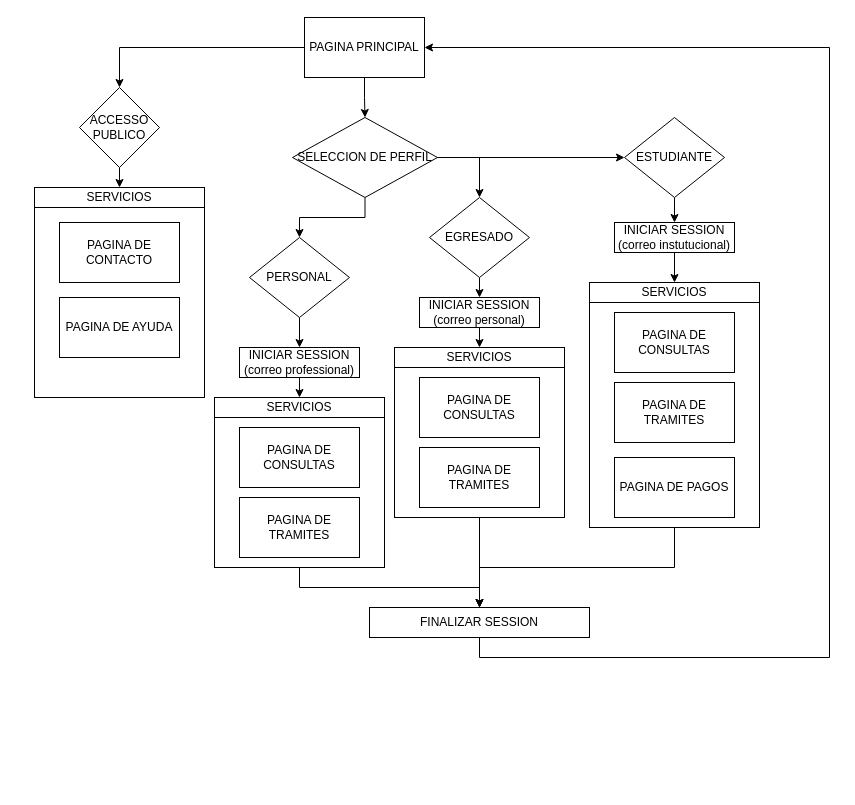
Earlier version of the draw.io diagram diagrama_flujo.drawio (F4JOV/uady-sig-dgjn). Source tidied: cells renumbered, new cells numbered last; positions are measured from the earlier drawing's top-left corner, leaving out a move shared by most shapes. Both pictures are drawn from the tidied source at 100%, with x=0, y=0 at pixel (34, 17).
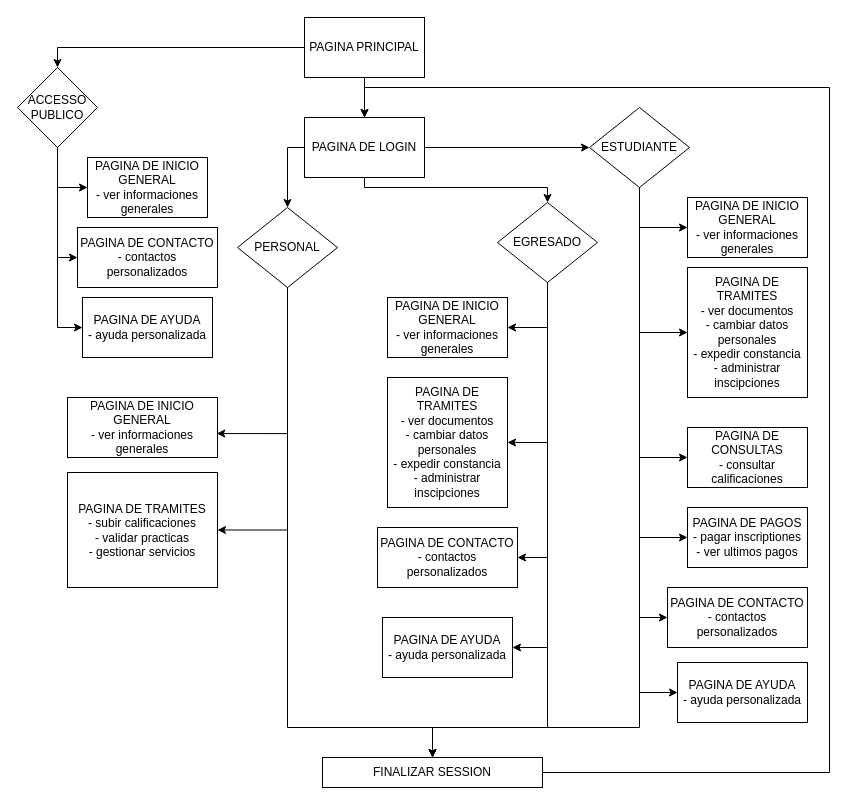
Above is the later version.

Commit message:
Mettre à jour diagrama_flujo.drawio

The change refers to these unchanged cells:
```xml
<mxCell id="4" value="PAGINA PRINCIPAL" style="rounded=0;whiteSpace=wrap;html=1;" parent="1" vertex="1">
  <mxGeometry x="270" width="120" height="60" as="geometry" />
</mxCell>
```

Diff of the diagram source:
```diff
@@
-    <mxCell id="3" style="edgeStyle=orthogonalEdgeStyle;rounded=0;jettySize=auto;html=1;" parent="1" edge="1" source="4" target="11">
+    <mxCell id="3" style="edgeStyle=orthogonalEdgeStyle;rounded=0;jettySize=auto;html=1;entryX=0.5;entryY=0;entryDx=0;entryDy=0;" parent="1" edge="1" source="4" target="45">
       <mxGeometry relative="1" as="geometry" />
     </mxCell>
@@
-    <mxCell id="5" style="rounded=0;html=1;align=center;whiteSpace=wrap;labelPosition=center;verticalLabelPosition=middle;verticalAlign=middle;" parent="1" vertex="1">
-      <mxGeometry y="170" width="170" height="210" as="geometry" />
-    </mxCell>
-    <mxCell id="6" style="edgeStyle=orthogonalEdgeStyle;rounded=0;jettySize=auto;html=1;exitX=0.5;exitY=1;exitDx=0;exitDy=0;entryX=0.5;entryY=0;entryDx=0;entryDy=0;" parent="1" edge="1" source="7" target="5">
+    <mxCell id="6" style="edgeStyle=orthogonalEdgeStyle;rounded=0;jettySize=auto;html=1;exitX=0.5;exitY=1;exitDx=0;exitDy=0;entryX=0;entryY=0.5;entryDx=0;entryDy=0;" parent="1" edge="1" source="7" target="57">
       <mxGeometry relative="1" as="geometry" />
     </mxCell>
     <mxCell id="7" value="ACCESSO PUBLICO" style="rhombus;whiteSpace=wrap;html=1;" parent="1" vertex="1">
-      <mxGeometry x="45" y="70" width="80" height="80" as="geometry" />
+      <mxGeometry x="-17" y="50" width="80" height="80" as="geometry" />
     </mxCell>
-    <mxCell id="8" style="edgeStyle=orthogonalEdgeStyle;rounded=0;jettySize=auto;html=1;exitX=1;exitY=0.5;exitDx=0;exitDy=0;" parent="1" edge="1" source="11" target="13">
+    <mxCell id="8" style="edgeStyle=orthogonalEdgeStyle;rounded=0;jettySize=auto;html=1;exitX=1;exitY=0.5;exitDx=0;exitDy=0;" parent="1" edge="1" source="45" target="13">
       <mxGeometry relative="1" as="geometry" />
     </mxCell>
-    <mxCell id="9" style="edgeStyle=orthogonalEdgeStyle;rounded=0;jettySize=auto;html=1;entryX=0.5;entryY=0;entryDx=0;entryDy=0;exitX=1;exitY=0.5;exitDx=0;exitDy=0;" parent="1" edge="1" source="11" target="15">
-      <mxGeometry relative="1" as="geometry" />
+    <mxCell id="9" style="edgeStyle=orthogonalEdgeStyle;rounded=0;jettySize=auto;html=1;entryX=0.5;entryY=0;entryDx=0;entryDy=0;exitX=0.5;exitY=1;exitDx=0;exitDy=0;" parent="1" edge="1" source="45" target="15">
+      <mxGeometry relative="1" as="geometry">
+        <Array as="points">
+          <mxPoint x="330" y="170" />
+          <mxPoint x="513" y="170" />
+        </Array>
+      </mxGeometry>
     </mxCell>
-    <mxCell id="10" style="edgeStyle=orthogonalEdgeStyle;rounded=0;jettySize=auto;html=1;exitX=0.5;exitY=1;exitDx=0;exitDy=0;entryX=0.5;entryY=0;entryDx=0;entryDy=0;" parent="1" edge="1" source="11" target="17">
-      <mxGeometry relative="1" as="geometry" />
+    <mxCell id="10" style="edgeStyle=orthogonalEdgeStyle;rounded=0;jettySize=auto;html=1;exitX=0;exitY=0.5;exitDx=0;exitDy=0;entryX=0.5;entryY=0;entryDx=0;entryDy=0;" parent="1" edge="1" source="45" target="17">
+      <mxGeometry relative="1" as="geometry">
+        <Array as="points">
+          <mxPoint x="253" y="130" />
+        </Array>
+      </mxGeometry>
     </mxCell>
-    <mxCell id="11" value="SELECCION DE PERFIL" style="rhombus;whiteSpace=wrap;html=1;" parent="1" vertex="1">
-      <mxGeometry x="258" y="100" width="145" height="80" as="geometry" />
-    </mxCell>
-    <mxCell id="12" style="edgeStyle=orthogonalEdgeStyle;rounded=0;jettySize=auto;html=1;exitX=0.5;exitY=1;exitDx=0;exitDy=0;entryX=0.5;entryY=0;entryDx=0;entryDy=0;" parent="1" edge="1" source="13" target="19">
+    <mxCell id="12" style="edgeStyle=orthogonalEdgeStyle;rounded=0;jettySize=auto;html=1;exitX=0.5;exitY=1;exitDx=0;exitDy=0;entryX=0;entryY=0.5;entryDx=0;entryDy=0;" parent="1" edge="1" source="13" target="38">
       <mxGeometry relative="1" as="geometry" />
     </mxCell>
     <mxCell id="13" value="ESTUDIANTE" style="rhombus;whiteSpace=wrap;html=1;" parent="1" vertex="1">
-      <mxGeometry x="590" y="100" width="100" height="80" as="geometry" />
+      <mxGeometry x="555" y="90" width="100" height="80" as="geometry" />
     </mxCell>
-    <mxCell id="14" style="edgeStyle=orthogonalEdgeStyle;rounded=0;jettySize=auto;html=1;exitX=0.5;exitY=1;exitDx=0;exitDy=0;entryX=0.5;entryY=0;entryDx=0;entryDy=0;" parent="1" edge="1" source="15" target="21">
+    <mxCell id="14" style="edgeStyle=orthogonalEdgeStyle;rounded=0;jettySize=auto;html=1;exitX=0.5;exitY=1;exitDx=0;exitDy=0;entryX=1;entryY=0.5;entryDx=0;entryDy=0;" parent="1" edge="1" source="15" target="52">
       <mxGeometry relative="1" as="geometry" />
     </mxCell>
     <mxCell id="15" value="EGRESADO" style="rhombus;whiteSpace=wrap;html=1;" parent="1" vertex="1">
-      <mxGeometry x="395" y="180" width="100" height="80" as="geometry" />
+      <mxGeometry x="463" y="185" width="100" height="80" as="geometry" />
     </mxCell>
-    <mxCell id="16" style="edgeStyle=orthogonalEdgeStyle;rounded=0;jettySize=auto;html=1;exitX=0.5;exitY=1;exitDx=0;exitDy=0;" parent="1" edge="1" source="17" target="23">
+    <mxCell id="16" style="edgeStyle=orthogonalEdgeStyle;rounded=0;jettySize=auto;html=1;exitX=0.5;exitY=1;exitDx=0;exitDy=0;entryX=0.995;entryY=0.601;entryDx=0;entryDy=0;entryPerimeter=0;" parent="1" edge="1" source="17" target="66">
       <mxGeometry relative="1" as="geometry" />
     </mxCell>
     <mxCell id="17" value="PERSONAL" style="rhombus;whiteSpace=wrap;html=1;" parent="1" vertex="1">
-      <mxGeometry x="215" y="220" width="100" height="80" as="geometry" />
+      <mxGeometry x="203" y="190" width="100" height="80" as="geometry" />
     </mxCell>
-    <mxCell id="18" style="edgeStyle=orthogonalEdgeStyle;rounded=0;jettySize=auto;html=1;entryX=0.5;entryY=0;entryDx=0;entryDy=0;" parent="1" edge="1" source="19" target="37">
-      <mxGeometry relative="1" as="geometry" />
-    </mxCell>
-    <mxCell id="19" value="INICIAR SESSION&lt;br&gt;(correo instutucional)" style="rounded=0;whiteSpace=wrap;html=1;" parent="1" vertex="1">
-      <mxGeometry x="580" y="205" width="120" height="30" as="geometry" />
-    </mxCell>
-    <mxCell id="20" style="edgeStyle=orthogonalEdgeStyle;rounded=0;jettySize=auto;html=1;exitX=0.5;exitY=1;exitDx=0;exitDy=0;entryX=0.5;entryY=0;entryDx=0;entryDy=0;" parent="1" edge="1" source="21" target="32">
-      <mxGeometry relative="1" as="geometry" />
-    </mxCell>
-    <mxCell id="21" value="INICIAR SESSION&lt;br&gt;(correo personal)" style="rounded=0;whiteSpace=wrap;html=1;" parent="1" vertex="1">
-      <mxGeometry x="385" y="280" width="120" height="30" as="geometry" />
-    </mxCell>
-    <mxCell id="22" style="edgeStyle=orthogonalEdgeStyle;rounded=0;jettySize=auto;html=1;exitX=0.5;exitY=1;exitDx=0;exitDy=0;entryX=0.5;entryY=0;entryDx=0;entryDy=0;" parent="1" edge="1" source="23" target="43">
-      <mxGeometry relative="1" as="geometry" />
-    </mxCell>
-    <mxCell id="23" value="INICIAR SESSION&lt;br&gt;(correo professional)" style="rounded=0;whiteSpace=wrap;html=1;" parent="1" vertex="1">
-      <mxGeometry x="205" y="330" width="120" height="30" as="geometry" />
-    </mxCell>
-    <mxCell id="24" style="edgeStyle=orthogonalEdgeStyle;rounded=0;jettySize=auto;html=1;exitX=0.5;exitY=1;exitDx=0;exitDy=0;entryX=1;entryY=0.5;entryDx=0;entryDy=0;" parent="1" edge="1" source="25" target="4">
+    <mxCell id="24" style="edgeStyle=orthogonalEdgeStyle;rounded=0;jettySize=auto;html=1;exitX=1;exitY=0.5;exitDx=0;exitDy=0;entryX=0.5;entryY=0;entryDx=0;entryDy=0;" parent="1" edge="1" source="25" target="45">
       <mxGeometry relative="1" as="geometry">
         <Array as="points">
-          <mxPoint x="445" y="640" />
-          <mxPoint x="795" y="640" />
-          <mxPoint x="795" y="30" />
+          <mxPoint x="795" y="755" />
+          <mxPoint x="795" y="70" />
+          <mxPoint x="330" y="70" />
         </Array>
       </mxGeometry>
     </mxCell>
     <mxCell id="25" value="FINALIZAR SESSION" style="rounded=0;whiteSpace=wrap;html=1;" parent="1" vertex="1">
-      <mxGeometry x="335" y="590" width="220" height="30" as="geometry" />
+      <mxGeometry x="288" y="740" width="220" height="30" as="geometry" />
     </mxCell>
-    <mxCell id="26" value="PAGINA DE CONTACTO" style="rounded=0;whiteSpace=wrap;html=1;" parent="1" vertex="1">
-      <mxGeometry x="25" y="205" width="120" height="60" as="geometry" />
-    </mxCell>
-    <mxCell id="27" value="SERVICIOS" style="rounded=0;whiteSpace=wrap;html=1;strokeColor=default;" parent="1" vertex="1">
-      <mxGeometry y="170" width="170" height="20" as="geometry" />
-    </mxCell>
-    <mxCell id="28" value="PAGINA DE AYUDA" style="rounded=0;whiteSpace=wrap;html=1;" parent="1" vertex="1">
-      <mxGeometry x="25" y="280" width="120" height="60" as="geometry" />
-    </mxCell>
-    <mxCell id="29" style="edgeStyle=orthogonalEdgeStyle;rounded=0;jettySize=auto;html=1;exitX=0.5;exitY=1;exitDx=0;exitDy=0;entryX=0.5;entryY=0;entryDx=0;entryDy=0;" parent="1" edge="1" source="30" target="25">
-      <mxGeometry relative="1" as="geometry" />
-    </mxCell>
-    <mxCell id="30" style="rounded=0;html=1;align=center;whiteSpace=wrap;labelPosition=center;verticalLabelPosition=middle;verticalAlign=middle;" parent="1" vertex="1">
-      <mxGeometry x="360" y="330" width="170" height="170" as="geometry" />
-    </mxCell>
-    <mxCell id="31" value="PAGINA DE TRAMITES" style="rounded=0;whiteSpace=wrap;html=1;" parent="1" vertex="1">
-      <mxGeometry x="385" y="430" width="120" height="60" as="geometry" />
-    </mxCell>
-    <mxCell id="32" value="SERVICIOS" style="rounded=0;whiteSpace=wrap;html=1;strokeColor=default;" parent="1" vertex="1">
-      <mxGeometry x="360" y="330" width="170" height="20" as="geometry" />
-    </mxCell>
-    <mxCell id="33" value="PAGINA DE CONSULTAS" style="rounded=0;whiteSpace=wrap;html=1;" parent="1" vertex="1">
-      <mxGeometry x="385" y="360" width="120" height="60" as="geometry" />
-    </mxCell>
-    <mxCell id="34" style="edgeStyle=orthogonalEdgeStyle;rounded=0;jettySize=auto;html=1;entryX=0.5;entryY=0;entryDx=0;entryDy=0;" parent="1" edge="1" source="35" target="25">
-      <mxGeometry relative="1" as="geometry" />
-    </mxCell>
-    <mxCell id="35" style="rounded=0;html=1;align=center;whiteSpace=wrap;labelPosition=center;verticalLabelPosition=middle;verticalAlign=middle;" parent="1" vertex="1">
-      <mxGeometry x="555" y="265" width="170" height="245" as="geometry" />
-    </mxCell>
-    <mxCell id="36" value="PAGINA DE TRAMITES" style="rounded=0;whiteSpace=wrap;html=1;" parent="1" vertex="1">
-      <mxGeometry x="580" y="365" width="120" height="60" as="geometry" />
+    <mxCell id="36" value="PAGINA DE CONSULTAS&lt;br&gt;- consultar calificaciones" style="rounded=0;whiteSpace=wrap;html=1;" parent="1" vertex="1">
+      <mxGeometry x="653" y="410" width="120" height="60" as="geometry" />
     </mxCell>
-    <mxCell id="37" value="SERVICIOS" style="rounded=0;whiteSpace=wrap;html=1;strokeColor=default;" parent="1" vertex="1">
-      <mxGeometry x="555" y="265" width="170" height="20" as="geometry" />
-    </mxCell>
-    <mxCell id="38" value="PAGINA DE CONSULTAS" style="rounded=0;whiteSpace=wrap;html=1;" parent="1" vertex="1">
-      <mxGeometry x="580" y="295" width="120" height="60" as="geometry" />
+    <mxCell id="38" value="PAGINA DE TRAMITES&lt;br&gt;- ver documentos&lt;br&gt;- cambiar datos personales&lt;br&gt;- expedir constancia&lt;br&gt;- administrar inscipciones" style="rounded=0;whiteSpace=wrap;html=1;" parent="1" vertex="1">
+      <mxGeometry x="653" y="250" width="120" height="130" as="geometry" />
     </mxCell>
-    <mxCell id="39" value="PAGINA DE PAGOS" style="rounded=0;whiteSpace=wrap;html=1;" parent="1" vertex="1">
-      <mxGeometry x="580" y="440" width="120" height="60" as="geometry" />
+    <mxCell id="39" value="PAGINA DE PAGOS&lt;br&gt;- pagar inscriptiones&lt;br&gt;- ver ultimos pagos" style="rounded=0;whiteSpace=wrap;html=1;" parent="1" vertex="1">
+      <mxGeometry x="653" y="490" width="120" height="60" as="geometry" />
     </mxCell>
-    <mxCell id="40" style="edgeStyle=orthogonalEdgeStyle;rounded=0;jettySize=auto;html=1;exitX=0.5;exitY=1;exitDx=0;exitDy=0;entryX=0.5;entryY=0;entryDx=0;entryDy=0;" parent="1" edge="1" source="41" target="25">
-      <mxGeometry relative="1" as="geometry" />
-    </mxCell>
-    <mxCell id="41" style="rounded=0;html=1;align=center;whiteSpace=wrap;labelPosition=center;verticalLabelPosition=middle;verticalAlign=middle;" parent="1" vertex="1">
-      <mxGeometry x="180" y="380" width="170" height="170" as="geometry" />
-    </mxCell>
-    <mxCell id="42" value="PAGINA DE TRAMITES" style="rounded=0;whiteSpace=wrap;html=1;" parent="1" vertex="1">
-      <mxGeometry x="205" y="480" width="120" height="60" as="geometry" />
-    </mxCell>
-    <mxCell id="43" value="SERVICIOS" style="rounded=0;whiteSpace=wrap;html=1;strokeColor=default;" parent="1" vertex="1">
-      <mxGeometry x="180" y="380" width="170" height="20" as="geometry" />
-    </mxCell>
-    <mxCell id="44" value="PAGINA DE CONSULTAS" style="rounded=0;whiteSpace=wrap;html=1;" parent="1" vertex="1">
-      <mxGeometry x="205" y="410" width="120" height="60" as="geometry" />
-    </mxCell>
+    <mxCell id="45" value="PAGINA DE LOGIN" style="rounded=0;whiteSpace=wrap;html=1;" parent="1" vertex="1">
+      <mxGeometry x="270" y="100" width="120" height="60" as="geometry" />
+    </mxCell>
+    <mxCell id="46" style="edgeStyle=orthogonalEdgeStyle;rounded=0;jettySize=auto;html=1;exitX=0.5;exitY=1;exitDx=0;exitDy=0;entryX=0;entryY=0.5;entryDx=0;entryDy=0;" parent="1" edge="1" source="13" target="36">
+      <mxGeometry relative="1" as="geometry" />
+    </mxCell>
+    <mxCell id="47" style="edgeStyle=orthogonalEdgeStyle;rounded=0;jettySize=auto;html=1;entryX=0;entryY=0.5;entryDx=0;entryDy=0;exitX=0.5;exitY=1;exitDx=0;exitDy=0;" parent="1" edge="1" source="13" target="39">
+      <mxGeometry relative="1" as="geometry" />
+    </mxCell>
+    <mxCell id="48" value="PAGINA DE CONTACTO&lt;br&gt;- contactos personalizados" style="rounded=0;whiteSpace=wrap;html=1;" parent="1" vertex="1">
+      <mxGeometry x="633" y="570" width="140" height="60" as="geometry" />
+    </mxCell>
+    <mxCell id="49" value="PAGINA DE AYUDA&lt;br&gt;- ayuda personalizada" style="rounded=0;whiteSpace=wrap;html=1;" parent="1" vertex="1">
+      <mxGeometry x="643" y="645" width="130" height="60" as="geometry" />
+    </mxCell>
+    <mxCell id="50" style="edgeStyle=orthogonalEdgeStyle;rounded=0;jettySize=auto;html=1;entryX=0;entryY=0.5;entryDx=0;entryDy=0;exitX=0.5;exitY=1;exitDx=0;exitDy=0;" parent="1" edge="1" source="13" target="48">
+      <mxGeometry relative="1" as="geometry" />
+    </mxCell>
+    <mxCell id="51" style="edgeStyle=orthogonalEdgeStyle;rounded=0;jettySize=auto;html=1;entryX=0;entryY=0.5;entryDx=0;entryDy=0;exitX=0.5;exitY=1;exitDx=0;exitDy=0;" parent="1" edge="1" source="13" target="49">
+      <mxGeometry relative="1" as="geometry" />
+    </mxCell>
+    <mxCell id="52" value="PAGINA DE TRAMITES&lt;br&gt;- ver documentos&lt;br&gt;- cambiar datos personales&lt;br&gt;- expedir constancia&lt;br&gt;- administrar inscipciones" style="rounded=0;whiteSpace=wrap;html=1;" parent="1" vertex="1">
+      <mxGeometry x="353" y="360" width="120" height="130" as="geometry" />
+    </mxCell>
+    <mxCell id="53" value="PAGINA DE CONTACTO&lt;br&gt;- contactos personalizados" style="rounded=0;whiteSpace=wrap;html=1;" parent="1" vertex="1">
+      <mxGeometry x="343" y="510" width="140" height="60" as="geometry" />
+    </mxCell>
+    <mxCell id="54" value="PAGINA DE AYUDA&lt;br&gt;- ayuda personalizada" style="rounded=0;whiteSpace=wrap;html=1;" parent="1" vertex="1">
+      <mxGeometry x="348" y="600" width="130" height="60" as="geometry" />
+    </mxCell>
+    <mxCell id="55" style="edgeStyle=orthogonalEdgeStyle;rounded=0;jettySize=auto;html=1;exitX=0.5;exitY=1;exitDx=0;exitDy=0;entryX=1;entryY=0.5;entryDx=0;entryDy=0;" parent="1" edge="1" source="15" target="53">
+      <mxGeometry relative="1" as="geometry" />
+    </mxCell>
+    <mxCell id="56" style="edgeStyle=orthogonalEdgeStyle;rounded=0;jettySize=auto;html=1;exitX=0.5;exitY=1;exitDx=0;exitDy=0;entryX=1;entryY=0.5;entryDx=0;entryDy=0;" parent="1" edge="1" source="15" target="54">
+      <mxGeometry relative="1" as="geometry" />
+    </mxCell>
+    <mxCell id="57" value="PAGINA DE CONTACTO&lt;br&gt;- contactos personalizados" style="rounded=0;whiteSpace=wrap;html=1;" parent="1" vertex="1">
+      <mxGeometry x="43" y="210" width="140" height="60" as="geometry" />
+    </mxCell>
+    <mxCell id="58" value="PAGINA DE AYUDA&lt;br&gt;- ayuda personalizada" style="rounded=0;whiteSpace=wrap;html=1;" parent="1" vertex="1">
+      <mxGeometry x="48" y="280" width="130" height="60" as="geometry" />
+    </mxCell>
+    <mxCell id="59" style="edgeStyle=orthogonalEdgeStyle;rounded=0;jettySize=auto;html=1;exitX=0.5;exitY=1;exitDx=0;exitDy=0;entryX=0;entryY=0.5;entryDx=0;entryDy=0;" parent="1" edge="1" source="7" target="58">
+      <mxGeometry relative="1" as="geometry" />
+    </mxCell>
+    <mxCell id="60" value="PAGINA DE INICIO GENERAL&lt;br&gt;- ver informaciones generales" style="rounded=0;whiteSpace=wrap;html=1;" parent="1" vertex="1">
+      <mxGeometry x="653" y="180" width="120" height="60" as="geometry" />
+    </mxCell>
+    <mxCell id="61" style="edgeStyle=orthogonalEdgeStyle;rounded=0;jettySize=auto;html=1;exitX=0.5;exitY=1;exitDx=0;exitDy=0;entryX=0;entryY=0.5;entryDx=0;entryDy=0;" parent="1" edge="1" source="13" target="60">
+      <mxGeometry relative="1" as="geometry" />
+    </mxCell>
+    <mxCell id="62" value="PAGINA DE INICIO GENERAL&lt;br&gt;- ver informaciones generales" style="rounded=0;whiteSpace=wrap;html=1;" parent="1" vertex="1">
+      <mxGeometry x="353" y="280" width="120" height="60" as="geometry" />
+    </mxCell>
+    <mxCell id="63" style="edgeStyle=orthogonalEdgeStyle;rounded=0;jettySize=auto;html=1;exitX=0.5;exitY=1;exitDx=0;exitDy=0;entryX=1;entryY=0.5;entryDx=0;entryDy=0;" parent="1" edge="1" source="15" target="62">
+      <mxGeometry relative="1" as="geometry" />
+    </mxCell>
+    <mxCell id="64" value="PAGINA DE INICIO GENERAL&lt;br&gt;- ver informaciones generales" style="rounded=0;whiteSpace=wrap;html=1;" parent="1" vertex="1">
+      <mxGeometry x="53" y="140" width="120" height="60" as="geometry" />
+    </mxCell>
+    <mxCell id="65" style="edgeStyle=orthogonalEdgeStyle;rounded=0;jettySize=auto;html=1;exitX=0.5;exitY=1;exitDx=0;exitDy=0;entryX=0;entryY=0.5;entryDx=0;entryDy=0;" parent="1" edge="1" source="7" target="64">
+      <mxGeometry relative="1" as="geometry" />
+    </mxCell>
+    <mxCell id="66" value="PAGINA DE INICIO GENERAL&lt;br&gt;- ver informaciones generales" style="rounded=0;whiteSpace=wrap;html=1;" parent="1" vertex="1">
+      <mxGeometry x="33" y="380" width="150" height="60" as="geometry" />
+    </mxCell>
+    <mxCell id="67" value="PAGINA DE TRAMITES&lt;br&gt;- subir calificaciones&lt;br&gt;- validar practicas&lt;br&gt;- gestionar servicios" style="rounded=0;whiteSpace=wrap;html=1;" parent="1" vertex="1">
+      <mxGeometry x="33" y="455" width="150" height="115" as="geometry" />
+    </mxCell>
+    <mxCell id="68" style="edgeStyle=orthogonalEdgeStyle;rounded=0;jettySize=auto;html=1;exitX=0.5;exitY=1;exitDx=0;exitDy=0;entryX=1;entryY=0.5;entryDx=0;entryDy=0;" parent="1" edge="1" source="17" target="67">
+      <mxGeometry relative="1" as="geometry" />
+    </mxCell>
+    <mxCell id="69" style="edgeStyle=orthogonalEdgeStyle;rounded=0;jettySize=auto;html=1;exitX=0.5;exitY=1;exitDx=0;exitDy=0;" parent="1" edge="1" source="13" target="25">
+      <mxGeometry relative="1" as="geometry">
+        <Array as="points">
+          <mxPoint x="605" y="710" />
+          <mxPoint x="398" y="710" />
+        </Array>
+      </mxGeometry>
+    </mxCell>
+    <mxCell id="70" style="edgeStyle=orthogonalEdgeStyle;rounded=0;jettySize=auto;html=1;entryX=0.5;entryY=0;entryDx=0;entryDy=0;exitX=0.5;exitY=1;exitDx=0;exitDy=0;" parent="1" edge="1" source="15" target="25">
+      <mxGeometry relative="1" as="geometry">
+        <Array as="points">
+          <mxPoint x="513" y="710" />
+          <mxPoint x="398" y="710" />
+        </Array>
+      </mxGeometry>
+    </mxCell>
+    <mxCell id="71" style="edgeStyle=orthogonalEdgeStyle;rounded=0;jettySize=auto;html=1;exitX=0.5;exitY=1;exitDx=0;exitDy=0;entryX=0.5;entryY=0;entryDx=0;entryDy=0;" parent="1" edge="1" source="17" target="25">
+      <mxGeometry relative="1" as="geometry">
+        <Array as="points">
+          <mxPoint x="253" y="710" />
+          <mxPoint x="398" y="710" />
+        </Array>
+      </mxGeometry>
+    </mxCell>
```
